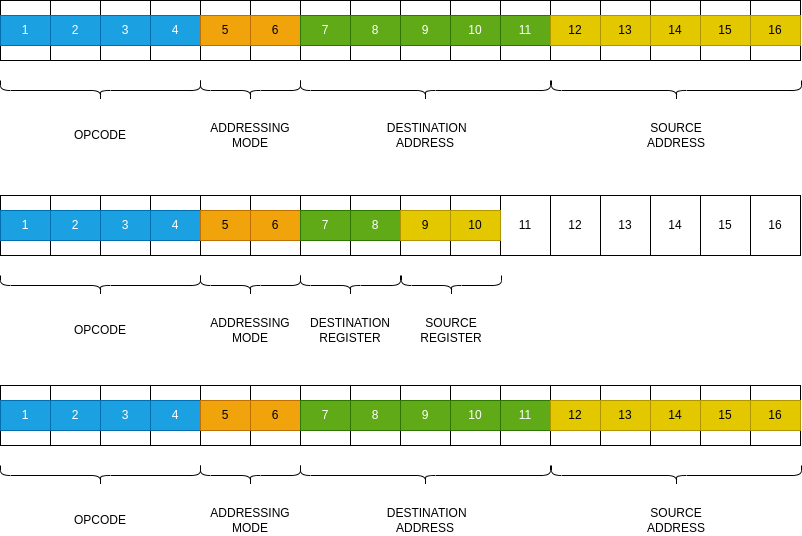
This is Diagrams/Instruction_Format.drawio.png from AbiPrescott/Sharp-R8, a draw.io export, as it was before one commit. Source tidied: cells renumbered, new cells last; positions are measured from the earlier drawing's top-left corner, leaving out a move shared by most shapes.
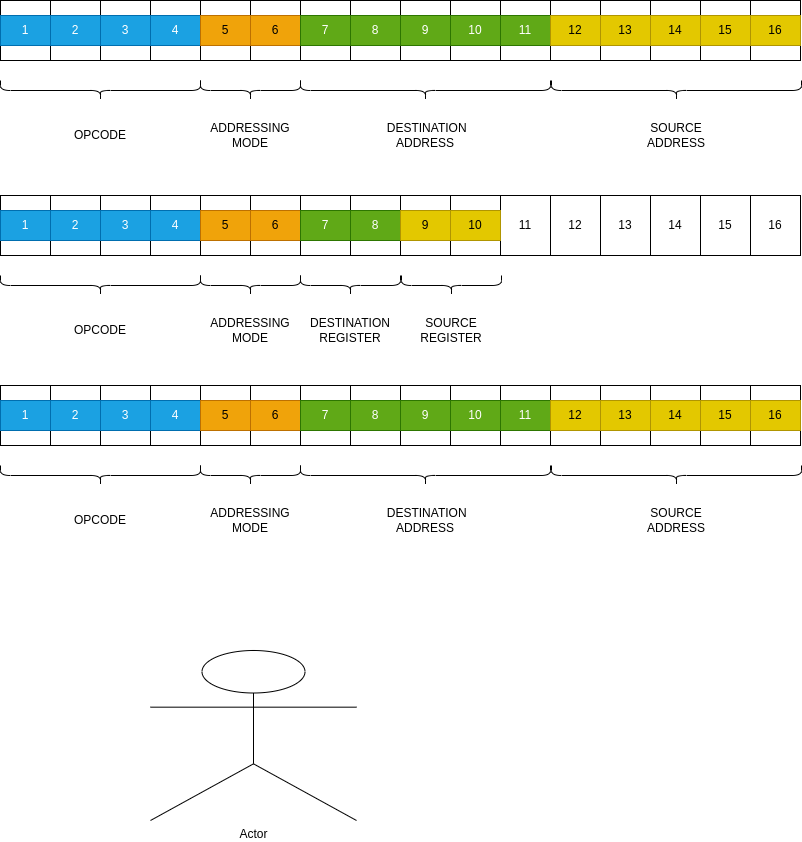
After the change.

The edit, as a diff of the source:
```diff
@@ -506,5 +506,8 @@
     <mxCell id="124" value="SOURCE ADDRESS" style="text;strokeColor=none;align=center;fillColor=none;html=1;verticalAlign=middle;whiteSpace=wrap;rounded=0;" parent="1" vertex="1">
       <mxGeometry x="646" y="540" width="60" height="30" as="geometry" />
     </mxCell>
+    <mxCell id="125" value="Actor" style="shape=umlActor;verticalLabelPosition=bottom;verticalAlign=top;html=1;" parent="1" vertex="1">
+      <mxGeometry x="150" y="685" width="206" height="170" as="geometry" />
+    </mxCell>
   </root>
 </mxGraphModel>
```
